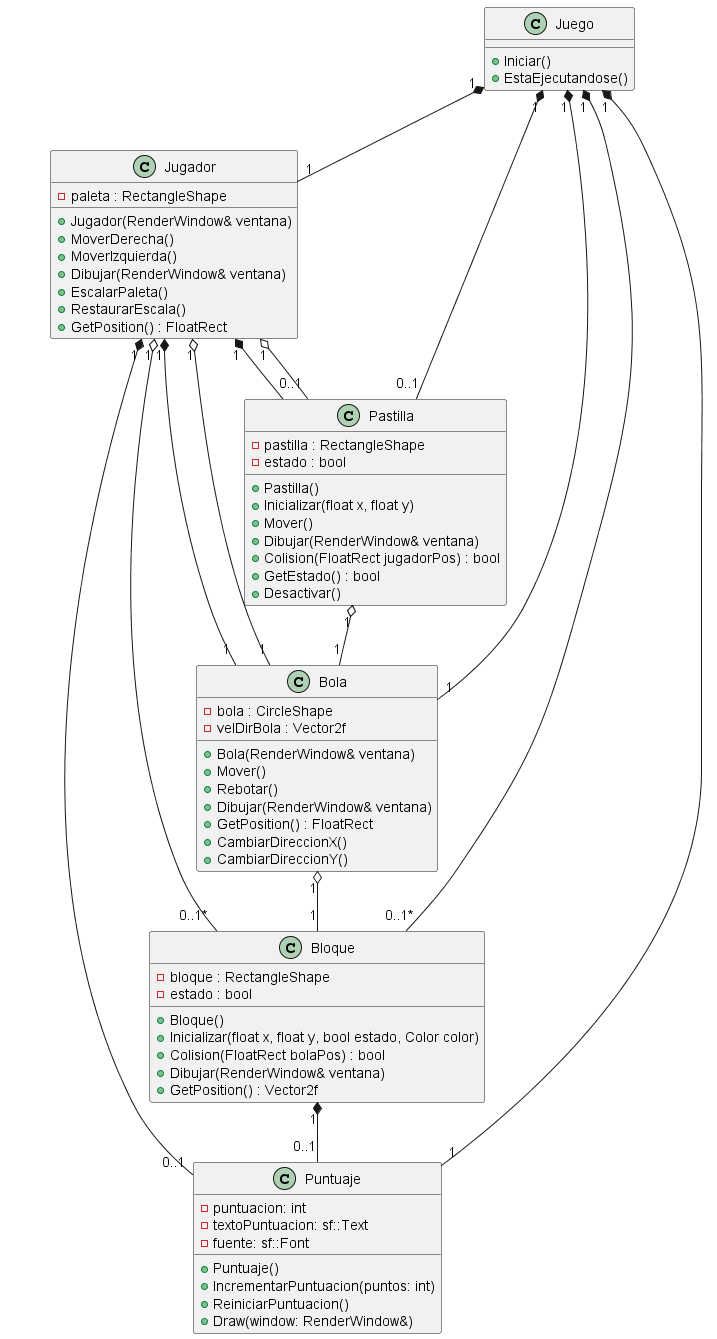
Above: Arkanoid.png in BloemCosmos/Bricks-Breaker (PlantUML), before the change.
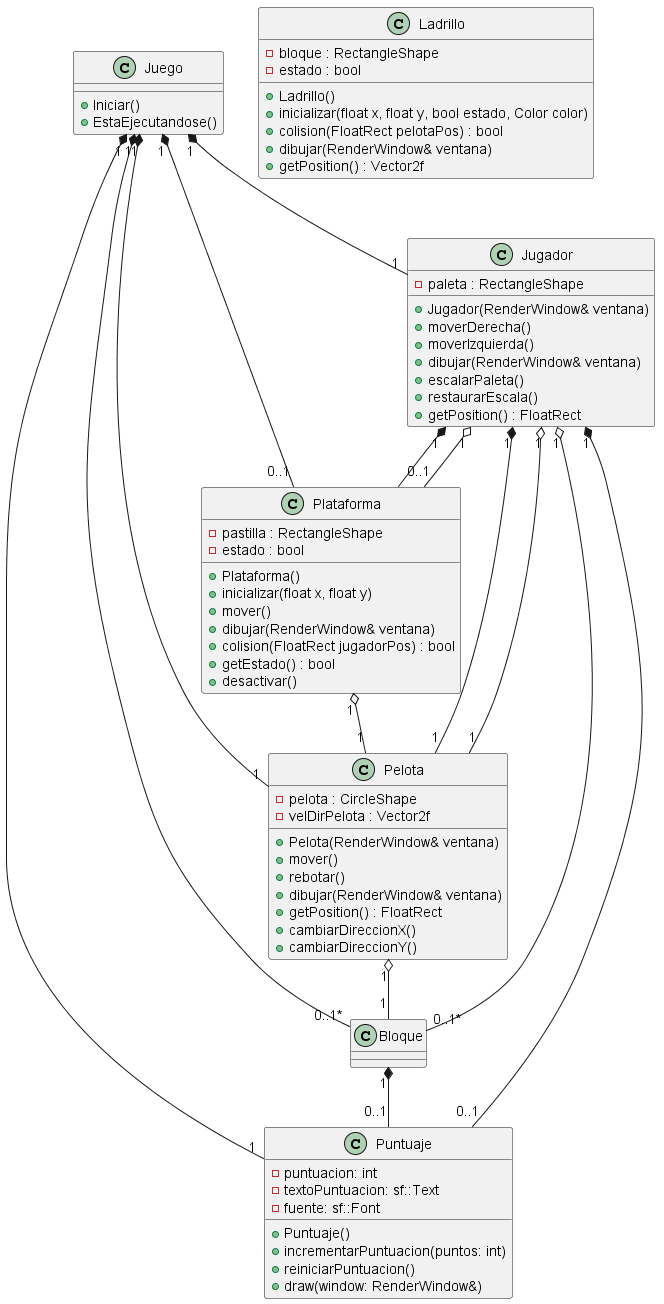
After the commit.

What changed in the source:
```diff
@@ -2,12 +2,12 @@
 
 class Jugador {
   + Jugador(RenderWindow& ventana)
-  + MoverDerecha()
-  + MoverIzquierda()
-  + Dibujar(RenderWindow& ventana)
-  + EscalarPaleta()
-  + RestaurarEscala()
-  + GetPosition() : FloatRect
+  + moverDerecha()
+  + moverIzquierda()
+  + dibujar(RenderWindow& ventana)
+  + escalarPaleta()
+  + restaurarEscala()
+  + getPosition() : FloatRect
   - paleta : RectangleShape
 }
 
@@ -16,41 +16,41 @@
   - textoPuntuacion: sf::Text
   - fuente: sf::Font
   + Puntuaje()
-  + IncrementarPuntuacion(puntos: int)
-  + ReiniciarPuntuacion()
-  + Draw(window: RenderWindow&)
+  + incrementarPuntuacion(puntos: int)
+  + reiniciarPuntuacion()
+  + draw(window: RenderWindow&)
 }
 
-class Bloque {
-  + Bloque()
-  + Inicializar(float x, float y, bool estado, Color color)
-  + Colision(FloatRect bolaPos) : bool
-  + Dibujar(RenderWindow& ventana)
-  + GetPosition() : Vector2f
+class Ladrillo {
+  + Ladrillo()
+  + inicializar(float x, float y, bool estado, Color color)
+  + colision(FloatRect pelotaPos) : bool
+  + dibujar(RenderWindow& ventana)
+  + getPosition() : Vector2f
   - bloque : RectangleShape
   - estado : bool
 }
 
-class Bola {
-  + Bola(RenderWindow& ventana)
-  + Mover()
-  + Rebotar()
-  + Dibujar(RenderWindow& ventana)
-  + GetPosition() : FloatRect
-  + CambiarDireccionX()
-  + CambiarDireccionY()
-  - bola : CircleShape
-  - velDirBola : Vector2f
+class Pelota {
+  + Pelota(RenderWindow& ventana)
+  + mover()
+  + rebotar()
+  + dibujar(RenderWindow& ventana)
+  + getPosition() : FloatRect
+  + cambiarDireccionX()
+  + cambiarDireccionY()
+  - pelota : CircleShape
+  - velDirPelota : Vector2f
 }
 
-class Pastilla {
-  + Pastilla()
-  + Inicializar(float x, float y)
-  + Mover()
-  + Dibujar(RenderWindow& ventana)
-  + Colision(FloatRect jugadorPos) : bool
-  + GetEstado() : bool
-  + Desactivar()
+class Plataforma {
+  + Plataforma()
+  + inicializar(float x, float y)
+  + mover()
+  + dibujar(RenderWindow& ventana)
+  + colision(FloatRect jugadorPos) : bool
+  + getEstado() : bool
+  + desactivar()
   - pastilla : RectangleShape
   - estado : bool
 }
@@ -60,21 +60,21 @@
   + EstaEjecutandose()
 }
 
-Jugador "1" *-- "1" Bola
-Jugador "1" o-- "1" Bola
+Jugador "1" *-- "1" Pelota
+Jugador "1" o-- "1" Pelota
 Jugador "1" o-- "0..1*" Bloque
-Jugador "1" *-- Pastilla
-Jugador "1" o-- "0..1" Pastilla
+Jugador "1" *-- Plataforma
+Jugador "1" o-- "0..1" Plataforma
 Jugador "1" *-- "0..1" Puntuaje
 
 Juego "1" *-- "1" Jugador
 Juego "1" *-- "0..1*" Bloque
-Juego "1" *-- "1" Bola
-Juego "1" *-- "0..1" Pastilla
+Juego "1" *-- "1" Pelota
+Juego "1" *-- "0..1" Plataforma
 Juego "1" *-- "1" Puntuaje
 
 Bloque "1" *-- "0..1" Puntuaje
-Bola "1" o-- "1" Bloque
-Pastilla "1" o-- "1" Bola
+Pelota "1" o-- "1" Bloque
+Plataforma "1" o-- "1" Pelota
 
 @enduml
```
